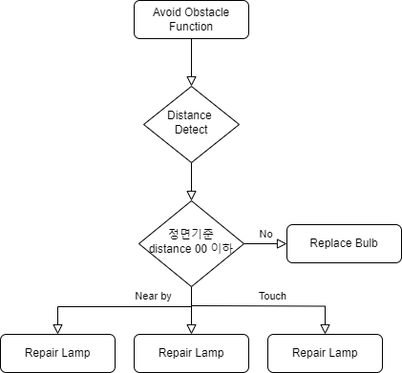
IVSTeam4/Practice keeps this draw.io diagram as 장애물 순서도.drawio.png. Above is the earlier version. Source tidied: cells renumbered, new cells last; positions are measured from the earlier drawing's top-left corner, leaving out a move shared by most shapes.
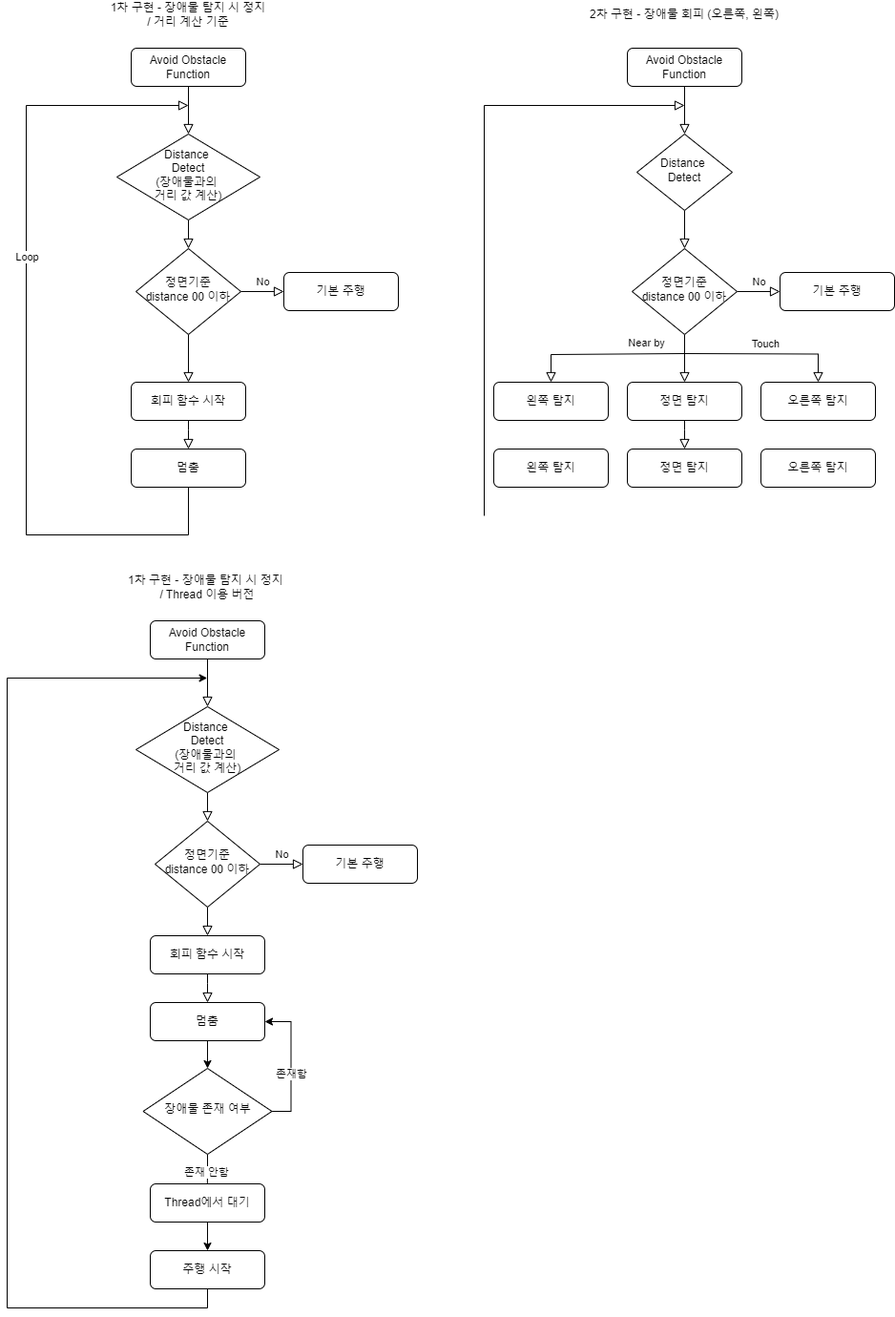
After the commit.

Commit message:
장애물 순서도.drawio.png 업데이트

The edit, as a diff of the source:
```diff
@@ -11,8 +11,8 @@
     <mxCell id="4" style="rounded=0;html=1;jettySize=auto;fontSize=11;endArrow=block;endFill=0;endSize=8;strokeWidth=1;shadow=0;labelBackgroundColor=none;edgeStyle=orthogonalEdgeStyle;" parent="1" edge="1" source="5" target="8">
       <mxGeometry y="20" relative="1" as="geometry" />
     </mxCell>
-    <mxCell id="5" value="Distance&amp;nbsp;&lt;div&gt;Detect&lt;/div&gt;" style="rhombus;whiteSpace=wrap;html=1;shadow=0;fontFamily=Helvetica;fontSize=12;align=center;strokeWidth=1;spacing=6;spacingTop=-4;" parent="1" vertex="1">
-      <mxGeometry x="150" y="90" width="100" height="80" as="geometry" />
+    <mxCell id="5" value="Distance&amp;nbsp;&lt;div&gt;Detect&lt;br&gt;(장애물과의&amp;nbsp;&lt;/div&gt;&lt;div&gt;거리 값 계산)&lt;/div&gt;" style="rhombus;whiteSpace=wrap;html=1;shadow=0;fontFamily=Helvetica;fontSize=12;align=center;strokeWidth=1;spacing=6;spacingTop=-4;" parent="1" vertex="1">
+      <mxGeometry x="125" y="90" width="150" height="90" as="geometry" />
     </mxCell>
     <mxCell id="6" style="rounded=0;html=1;jettySize=auto;fontSize=11;endArrow=block;endFill=0;endSize=8;strokeWidth=1;shadow=0;labelBackgroundColor=none;edgeStyle=orthogonalEdgeStyle;" parent="1" edge="1" source="8" target="9">
       <mxGeometry x="-0.6" y="20" relative="1" as="geometry" />
@@ -23,33 +23,200 @@
     <mxCell id="8" value="정면기준&lt;div&gt;distance 00 이하&lt;/div&gt;" style="rhombus;whiteSpace=wrap;html=1;shadow=0;fontFamily=Helvetica;fontSize=12;align=center;strokeWidth=1;spacing=6;spacingTop=-4;" parent="1" vertex="1">
       <mxGeometry x="145" y="210" width="110" height="90" as="geometry" />
     </mxCell>
-    <mxCell id="9" value="Repair Lamp" style="rounded=1;whiteSpace=wrap;html=1;fontSize=12;glass=0;strokeWidth=1;shadow=0;" parent="1" vertex="1">
+    <mxCell id="9" value="회피 함수 시작" style="rounded=1;whiteSpace=wrap;html=1;fontSize=12;glass=0;strokeWidth=1;shadow=0;" parent="1" vertex="1">
       <mxGeometry x="140" y="350" width="120" height="40" as="geometry" />
     </mxCell>
-    <mxCell id="10" value="Replace Bulb" style="rounded=1;whiteSpace=wrap;html=1;fontSize=12;glass=0;strokeWidth=1;shadow=0;" parent="1" vertex="1">
+    <mxCell id="10" value="기본 주행" style="rounded=1;whiteSpace=wrap;html=1;fontSize=12;glass=0;strokeWidth=1;shadow=0;" parent="1" vertex="1">
       <mxGeometry x="300" y="235" width="120" height="40" as="geometry" />
     </mxCell>
-    <mxCell id="11" value="Repair Lamp" style="rounded=1;whiteSpace=wrap;html=1;fontSize=12;glass=0;strokeWidth=1;shadow=0;" parent="1" vertex="1">
-      <mxGeometry x="280" y="350" width="120" height="40" as="geometry" />
-    </mxCell>
-    <mxCell id="12" value="Repair Lamp" style="rounded=1;whiteSpace=wrap;html=1;fontSize=12;glass=0;strokeWidth=1;shadow=0;" parent="1" vertex="1">
-      <mxGeometry y="350" width="120" height="40" as="geometry" />
-    </mxCell>
+    <mxCell id="15" style="rounded=0;html=1;jettySize=auto;fontSize=11;endArrow=block;endFill=0;endSize=8;strokeWidth=1;shadow=0;labelBackgroundColor=none;edgeStyle=orthogonalEdgeStyle;exitX=0.5;exitY=1;exitDx=0;exitDy=0;" parent="1" edge="1" source="17">
+      <mxGeometry y="20" relative="1" as="geometry">
+        <mxPoint x="200" y="60" as="targetPoint" />
+        <Array as="points">
+          <mxPoint x="200" y="510" />
+          <mxPoint x="30" y="510" />
+          <mxPoint x="30" y="60" />
+        </Array>
+      </mxGeometry>
+    </mxCell>
+    <mxCell id="16" value="Loop" style="edgeLabel;html=1;align=center;verticalAlign=middle;" parent="15" vertex="1">
+      <mxGeometry x="0.22" relative="1" as="geometry">
+        <mxPoint y="1" as="offset" />
+      </mxGeometry>
+    </mxCell>
+    <mxCell id="17" value="멈춤" style="rounded=1;whiteSpace=wrap;html=1;fontSize=12;glass=0;strokeWidth=1;shadow=0;" parent="1" vertex="1">
+      <mxGeometry x="140" y="420" width="120" height="40" as="geometry" />
+    </mxCell>
+    <mxCell id="18" style="rounded=0;html=1;jettySize=auto;fontSize=11;endArrow=block;endFill=0;endSize=8;strokeWidth=1;shadow=0;labelBackgroundColor=none;edgeStyle=orthogonalEdgeStyle;exitX=0.5;exitY=1;exitDx=0;exitDy=0;entryX=0.5;entryY=0;entryDx=0;entryDy=0;" parent="1" edge="1" source="9" target="17">
+      <mxGeometry x="-0.6" y="20" relative="1" as="geometry">
+        <Array as="points">
+          <mxPoint x="200" y="400" />
+          <mxPoint x="200" y="400" />
+        </Array>
+      </mxGeometry>
+    </mxCell>
+    <mxCell id="19" style="rounded=0;html=1;jettySize=auto;fontSize=11;endArrow=block;endFill=0;endSize=8;strokeWidth=1;shadow=0;labelBackgroundColor=none;edgeStyle=orthogonalEdgeStyle;" parent="1" edge="1" source="20" target="22">
+      <mxGeometry relative="1" as="geometry" />
+    </mxCell>
+    <mxCell id="20" value="Avoid Obstacle Function" style="rounded=1;whiteSpace=wrap;html=1;fontSize=12;glass=0;strokeWidth=1;shadow=0;" parent="1" vertex="1">
+      <mxGeometry x="660" width="120" height="40" as="geometry" />
+    </mxCell>
+    <mxCell id="21" style="rounded=0;html=1;jettySize=auto;fontSize=11;endArrow=block;endFill=0;endSize=8;strokeWidth=1;shadow=0;labelBackgroundColor=none;edgeStyle=orthogonalEdgeStyle;" parent="1" edge="1" source="22" target="25">
+      <mxGeometry y="20" relative="1" as="geometry" />
+    </mxCell>
+    <mxCell id="22" value="Distance&amp;nbsp;&lt;div&gt;Detect&lt;/div&gt;" style="rhombus;whiteSpace=wrap;html=1;shadow=0;fontFamily=Helvetica;fontSize=12;align=center;strokeWidth=1;spacing=6;spacingTop=-4;" parent="1" vertex="1">
+      <mxGeometry x="670" y="90" width="100" height="80" as="geometry" />
+    </mxCell>
+    <mxCell id="23" style="rounded=0;html=1;jettySize=auto;fontSize=11;endArrow=block;endFill=0;endSize=8;strokeWidth=1;shadow=0;labelBackgroundColor=none;edgeStyle=orthogonalEdgeStyle;" parent="1" edge="1" source="25" target="26">
+      <mxGeometry x="-0.6" y="20" relative="1" as="geometry" />
+    </mxCell>
+    <mxCell id="24" value="No" style="edgeStyle=orthogonalEdgeStyle;rounded=0;html=1;jettySize=auto;fontSize=11;endArrow=block;endFill=0;endSize=8;strokeWidth=1;shadow=0;labelBackgroundColor=none;" parent="1" edge="1" source="25" target="27">
+      <mxGeometry y="10" relative="1" as="geometry" />
+    </mxCell>
+    <mxCell id="25" value="정면기준&lt;div&gt;distance 00 이하&lt;/div&gt;" style="rhombus;whiteSpace=wrap;html=1;shadow=0;fontFamily=Helvetica;fontSize=12;align=center;strokeWidth=1;spacing=6;spacingTop=-4;" parent="1" vertex="1">
+      <mxGeometry x="665" y="210" width="110" height="90" as="geometry" />
+    </mxCell>
+    <mxCell id="26" value="정면 탐지" style="rounded=1;whiteSpace=wrap;html=1;fontSize=12;glass=0;strokeWidth=1;shadow=0;" parent="1" vertex="1">
+      <mxGeometry x="660" y="350" width="120" height="40" as="geometry" />
+    </mxCell>
+    <mxCell id="27" value="기본 주행" style="rounded=1;whiteSpace=wrap;html=1;fontSize=12;glass=0;strokeWidth=1;shadow=0;" parent="1" vertex="1">
+      <mxGeometry x="820" y="235" width="120" height="40" as="geometry" />
+    </mxCell>
+    <mxCell id="28" value="오른쪽 탐지" style="rounded=1;whiteSpace=wrap;html=1;fontSize=12;glass=0;strokeWidth=1;shadow=0;" parent="1" vertex="1">
+      <mxGeometry x="800" y="350" width="120" height="40" as="geometry" />
+    </mxCell>
+    <mxCell id="29" value="왼쪽 탐지" style="rounded=1;whiteSpace=wrap;html=1;fontSize=12;glass=0;strokeWidth=1;shadow=0;" parent="1" vertex="1">
+      <mxGeometry x="520" y="350" width="120" height="40" as="geometry" />
+    </mxCell>
-    <mxCell id="13" value="Touch" style="edgeStyle=orthogonalEdgeStyle;rounded=0;html=1;jettySize=auto;fontSize=11;endArrow=block;endFill=0;endSize=8;strokeWidth=1;shadow=0;labelBackgroundColor=none;entryX=0.5;entryY=0;entryDx=0;entryDy=0;" parent="1" edge="1" target="11">
+    <mxCell id="13" value="Touch" style="edgeStyle=orthogonalEdgeStyle;rounded=0;html=1;jettySize=auto;fontSize=11;endArrow=block;endFill=0;endSize=8;strokeWidth=1;shadow=0;labelBackgroundColor=none;entryX=0.5;entryY=0;entryDx=0;entryDy=0;" parent="1" edge="1" target="28">
       <mxGeometry y="10" relative="1" as="geometry">
-        <mxPoint x="200" y="320" as="sourcePoint" />
+        <mxPoint x="720" y="320" as="sourcePoint" />
       </mxGeometry>
     </mxCell>
     <mxCell id="14" value="Near by" style="edgeStyle=orthogonalEdgeStyle;rounded=0;html=1;jettySize=auto;orthogonalLoop=1;fontSize=11;endArrow=block;endFill=0;endSize=8;strokeWidth=1;shadow=0;labelBackgroundColor=none;" parent="1" edge="1">
       <mxGeometry x="-0.52" y="-11" relative="1" as="geometry">
-        <mxPoint x="200" y="320" as="sourcePoint" />
-        <mxPoint x="60" y="350" as="targetPoint" />
+        <mxPoint x="720" y="320" as="sourcePoint" />
+        <mxPoint x="580" y="350" as="targetPoint" />
         <Array as="points">
-          <mxPoint x="200" y="320" />
-          <mxPoint x="200" y="321" />
-          <mxPoint x="60" y="321" />
+          <mxPoint x="720" y="320" />
+          <mxPoint x="720" y="321" />
+          <mxPoint x="580" y="321" />
         </Array>
       </mxGeometry>
     </mxCell>
+    <mxCell id="30" style="rounded=0;html=1;jettySize=auto;orthogonalLoop=1;fontSize=11;endArrow=block;endFill=0;endSize=8;strokeWidth=1;shadow=0;labelBackgroundColor=none;edgeStyle=orthogonalEdgeStyle;" parent="1" edge="1">
+      <mxGeometry y="20" relative="1" as="geometry">
+        <mxPoint x="510" y="490" as="sourcePoint" />
+        <mxPoint x="720" y="60" as="targetPoint" />
+        <Array as="points">
+          <mxPoint x="510" y="60" />
+        </Array>
+      </mxGeometry>
+    </mxCell>
+    <mxCell id="31" value="정면 탐지" style="rounded=1;whiteSpace=wrap;html=1;fontSize=12;glass=0;strokeWidth=1;shadow=0;" parent="1" vertex="1">
+      <mxGeometry x="660" y="420" width="120" height="40" as="geometry" />
+    </mxCell>
+    <mxCell id="32" value="오른쪽 탐지" style="rounded=1;whiteSpace=wrap;html=1;fontSize=12;glass=0;strokeWidth=1;shadow=0;" parent="1" vertex="1">
+      <mxGeometry x="800" y="420" width="120" height="40" as="geometry" />
+    </mxCell>
+    <mxCell id="33" value="왼쪽 탐지" style="rounded=1;whiteSpace=wrap;html=1;fontSize=12;glass=0;strokeWidth=1;shadow=0;" parent="1" vertex="1">
+      <mxGeometry x="520" y="420" width="120" height="40" as="geometry" />
+    </mxCell>
+    <mxCell id="34" style="rounded=0;html=1;jettySize=auto;fontSize=11;endArrow=block;endFill=0;endSize=8;strokeWidth=1;shadow=0;labelBackgroundColor=none;edgeStyle=orthogonalEdgeStyle;exitX=0.5;exitY=1;exitDx=0;exitDy=0;entryX=0.5;entryY=0;entryDx=0;entryDy=0;" parent="1" edge="1" source="26" target="31">
+      <mxGeometry x="-0.6" y="20" relative="1" as="geometry">
+        <Array as="points">
+          <mxPoint x="720" y="400" />
+          <mxPoint x="720" y="400" />
+        </Array>
+      </mxGeometry>
+    </mxCell>
+    <mxCell id="35" value="1차 구현 - 장애물 탐지 시 정지&lt;div&gt;/ 거리 계산 기준&lt;/div&gt;" style="text;html=1;align=center;verticalAlign=middle;whiteSpace=wrap;rounded=0;" parent="1" vertex="1">
+      <mxGeometry x="100" y="-50" width="200" height="30" as="geometry" />
+    </mxCell>
+    <mxCell id="36" value="2차 구현 - 장애물 회피 (오른쪽, 왼쪽)" style="text;html=1;align=center;verticalAlign=middle;whiteSpace=wrap;rounded=0;" parent="1" vertex="1">
+      <mxGeometry x="620" y="-50" width="200" height="30" as="geometry" />
+    </mxCell>
+    <mxCell id="37" style="rounded=0;html=1;jettySize=auto;fontSize=11;endArrow=block;endFill=0;endSize=8;strokeWidth=1;shadow=0;labelBackgroundColor=none;edgeStyle=orthogonalEdgeStyle;" parent="1" edge="1" source="38" target="40">
+      <mxGeometry relative="1" as="geometry" />
+    </mxCell>
+    <mxCell id="38" value="Avoid Obstacle Function" style="rounded=1;whiteSpace=wrap;html=1;fontSize=12;glass=0;strokeWidth=1;shadow=0;" parent="1" vertex="1">
+      <mxGeometry x="160" y="600" width="120" height="40" as="geometry" />
+    </mxCell>
+    <mxCell id="39" style="rounded=0;html=1;jettySize=auto;fontSize=11;endArrow=block;endFill=0;endSize=8;strokeWidth=1;shadow=0;labelBackgroundColor=none;edgeStyle=orthogonalEdgeStyle;" parent="1" edge="1" source="40" target="43">
+      <mxGeometry y="20" relative="1" as="geometry" />
+    </mxCell>
+    <mxCell id="40" value="Distance&amp;nbsp;&lt;div&gt;Detect&lt;br&gt;(장애물과의&amp;nbsp;&lt;/div&gt;&lt;div&gt;거리 값 계산)&lt;/div&gt;" style="rhombus;whiteSpace=wrap;html=1;shadow=0;fontFamily=Helvetica;fontSize=12;align=center;strokeWidth=1;spacing=6;spacingTop=-4;" parent="1" vertex="1">
+      <mxGeometry x="145" y="690" width="150" height="90" as="geometry" />
+    </mxCell>
+    <mxCell id="41" style="rounded=0;html=1;jettySize=auto;fontSize=11;endArrow=block;endFill=0;endSize=8;strokeWidth=1;shadow=0;labelBackgroundColor=none;edgeStyle=orthogonalEdgeStyle;" parent="1" edge="1" source="43" target="44">
+      <mxGeometry x="-0.6" y="20" relative="1" as="geometry" />
+    </mxCell>
+    <mxCell id="42" value="No" style="edgeStyle=orthogonalEdgeStyle;rounded=0;html=1;jettySize=auto;fontSize=11;endArrow=block;endFill=0;endSize=8;strokeWidth=1;shadow=0;labelBackgroundColor=none;" parent="1" edge="1" source="43" target="45">
+      <mxGeometry y="10" relative="1" as="geometry" />
+    </mxCell>
+    <mxCell id="43" value="정면기준&lt;div&gt;distance 00 이하&lt;/div&gt;" style="rhombus;whiteSpace=wrap;html=1;shadow=0;fontFamily=Helvetica;fontSize=12;align=center;strokeWidth=1;spacing=6;spacingTop=-4;" parent="1" vertex="1">
+      <mxGeometry x="165" y="810" width="110" height="90" as="geometry" />
+    </mxCell>
+    <mxCell id="44" value="회피 함수 시작" style="rounded=1;whiteSpace=wrap;html=1;fontSize=12;glass=0;strokeWidth=1;shadow=0;" parent="1" vertex="1">
+      <mxGeometry x="160" y="930" width="120" height="40" as="geometry" />
+    </mxCell>
+    <mxCell id="45" value="기본 주행" style="rounded=1;whiteSpace=wrap;html=1;fontSize=12;glass=0;strokeWidth=1;shadow=0;" parent="1" vertex="1">
+      <mxGeometry x="320" y="835" width="120" height="40" as="geometry" />
+    </mxCell>
+    <mxCell id="46" style="edgeStyle=orthogonalEdgeStyle;rounded=0;jettySize=auto;html=1;exitX=0.5;exitY=1;exitDx=0;exitDy=0;entryX=0.5;entryY=0;entryDx=0;entryDy=0;" parent="1" edge="1" source="47" target="54">
+      <mxGeometry relative="1" as="geometry" />
+    </mxCell>
+    <mxCell id="47" value="멈춤" style="rounded=1;whiteSpace=wrap;html=1;fontSize=12;glass=0;strokeWidth=1;shadow=0;" parent="1" vertex="1">
+      <mxGeometry x="160" y="1000" width="120" height="40" as="geometry" />
+    </mxCell>
+    <mxCell id="48" style="rounded=0;html=1;jettySize=auto;fontSize=11;endArrow=block;endFill=0;endSize=8;strokeWidth=1;shadow=0;labelBackgroundColor=none;edgeStyle=orthogonalEdgeStyle;exitX=0.5;exitY=1;exitDx=0;exitDy=0;entryX=0.5;entryY=0;entryDx=0;entryDy=0;" parent="1" edge="1" source="44" target="47">
+      <mxGeometry x="-0.6" y="20" relative="1" as="geometry">
+        <Array as="points">
+          <mxPoint x="220" y="980" />
+          <mxPoint x="220" y="980" />
+        </Array>
+      </mxGeometry>
+    </mxCell>
+    <mxCell id="49" value="1차 구현 - 장애물 탐지 시 정지&amp;nbsp;&lt;div&gt;/ Thread 이용 버전&lt;/div&gt;" style="text;html=1;align=center;verticalAlign=middle;whiteSpace=wrap;rounded=0;" parent="1" vertex="1">
+      <mxGeometry x="120" y="550" width="200" height="30" as="geometry" />
+    </mxCell>
+    <mxCell id="50" style="edgeStyle=orthogonalEdgeStyle;rounded=0;jettySize=auto;html=1;exitX=1;exitY=0.5;exitDx=0;exitDy=0;entryX=1;entryY=0.5;entryDx=0;entryDy=0;" parent="1" edge="1" source="54" target="47">
+      <mxGeometry relative="1" as="geometry" />
+    </mxCell>
+    <mxCell id="51" value="존재함" style="edgeLabel;html=1;align=center;verticalAlign=middle;" parent="50" vertex="1">
+      <mxGeometry x="-0.16" relative="1" as="geometry" />
+    </mxCell>
+    <mxCell id="52" style="edgeStyle=orthogonalEdgeStyle;rounded=0;jettySize=auto;html=1;exitX=0.5;exitY=1;exitDx=0;exitDy=0;" parent="1" edge="1" source="54">
+      <mxGeometry relative="1" as="geometry">
+        <mxPoint x="219.7" y="1200" as="targetPoint" />
+      </mxGeometry>
+    </mxCell>
+    <mxCell id="53" value="존재 안함" style="edgeLabel;html=1;align=center;verticalAlign=middle;" parent="52" vertex="1">
+      <mxGeometry x="-0.16" y="-2" relative="1" as="geometry">
+        <mxPoint y="1" as="offset" />
+      </mxGeometry>
+    </mxCell>
+    <mxCell id="54" value="장애물 존재 여부" style="rhombus;whiteSpace=wrap;html=1;shadow=0;fontFamily=Helvetica;fontSize=12;align=center;strokeWidth=1;spacing=6;spacingTop=-4;" parent="1" vertex="1">
+      <mxGeometry x="152.5" y="1069" width="135" height="90" as="geometry" />
+    </mxCell>
+    <mxCell id="55" style="edgeStyle=orthogonalEdgeStyle;rounded=0;jettySize=auto;html=1;exitX=0.5;exitY=1;exitDx=0;exitDy=0;entryX=0.5;entryY=0;entryDx=0;entryDy=0;" parent="1" edge="1" source="56" target="58">
+      <mxGeometry relative="1" as="geometry" />
+    </mxCell>
+    <mxCell id="56" value="Thread에서 대기" style="rounded=1;whiteSpace=wrap;html=1;fontSize=12;glass=0;strokeWidth=1;shadow=0;" parent="1" vertex="1">
+      <mxGeometry x="160" y="1190" width="120" height="40" as="geometry" />
+    </mxCell>
+    <mxCell id="57" style="edgeStyle=orthogonalEdgeStyle;rounded=0;jettySize=auto;html=1;exitX=0.5;exitY=1;exitDx=0;exitDy=0;" parent="1" edge="1" source="58">
+      <mxGeometry relative="1" as="geometry">
+        <mxPoint x="219.7" y="660" as="targetPoint" />
+        <Array as="points">
+          <mxPoint x="220" y="1320" />
+          <mxPoint x="10" y="1320" />
+          <mxPoint x="10" y="660" />
+        </Array>
+      </mxGeometry>
+    </mxCell>
+    <mxCell id="58" value="주행 시작" style="rounded=1;whiteSpace=wrap;html=1;fontSize=12;glass=0;strokeWidth=1;shadow=0;" parent="1" vertex="1">
+      <mxGeometry x="160" y="1260" width="120" height="40" as="geometry" />
+    </mxCell>
   </root>
 </mxGraphModel>
```
